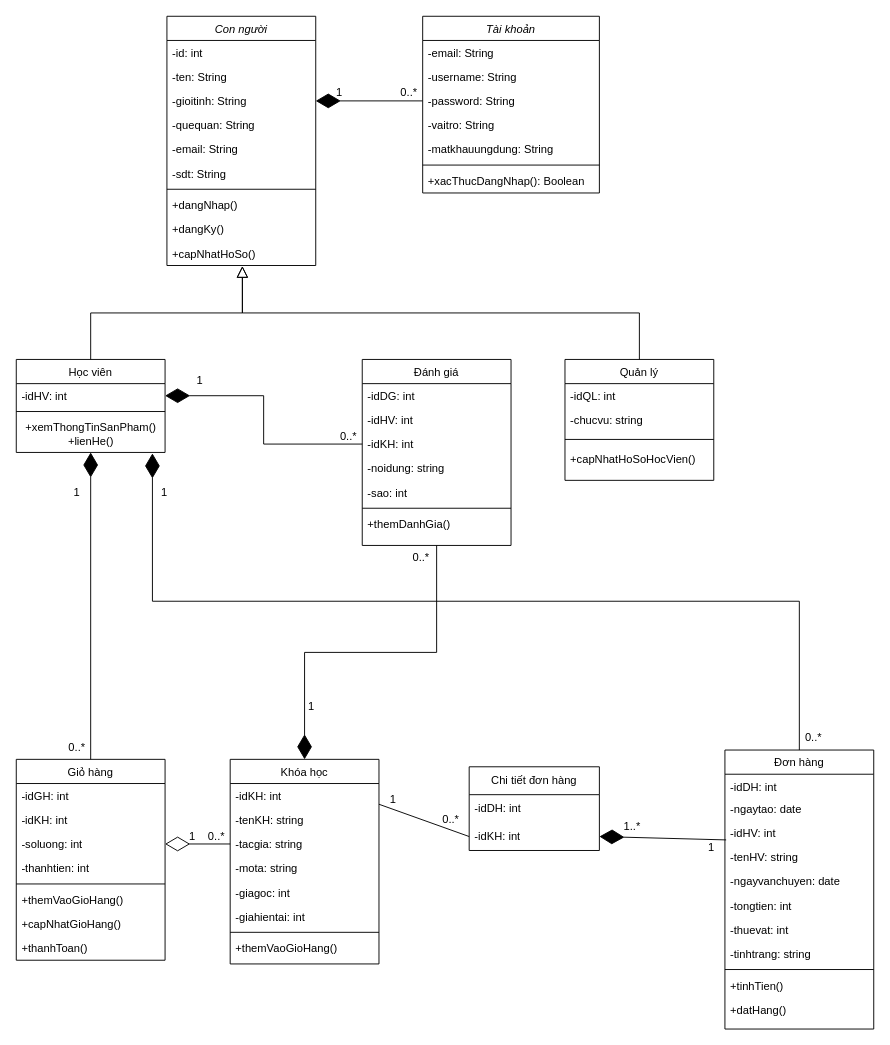
This is SAD Diagrams/class_diagram.drawio from hvt299/do_an_co_so_2, a draw.io file, before an edit. Source tidied: cells renumbered, new cells numbered last; positions are measured from the earlier drawing's top-left corner, leaving out a move shared by most shapes. Both pictures are drawn from the tidied source at 93%, with x=0, y=0 at pixel (16, 16).
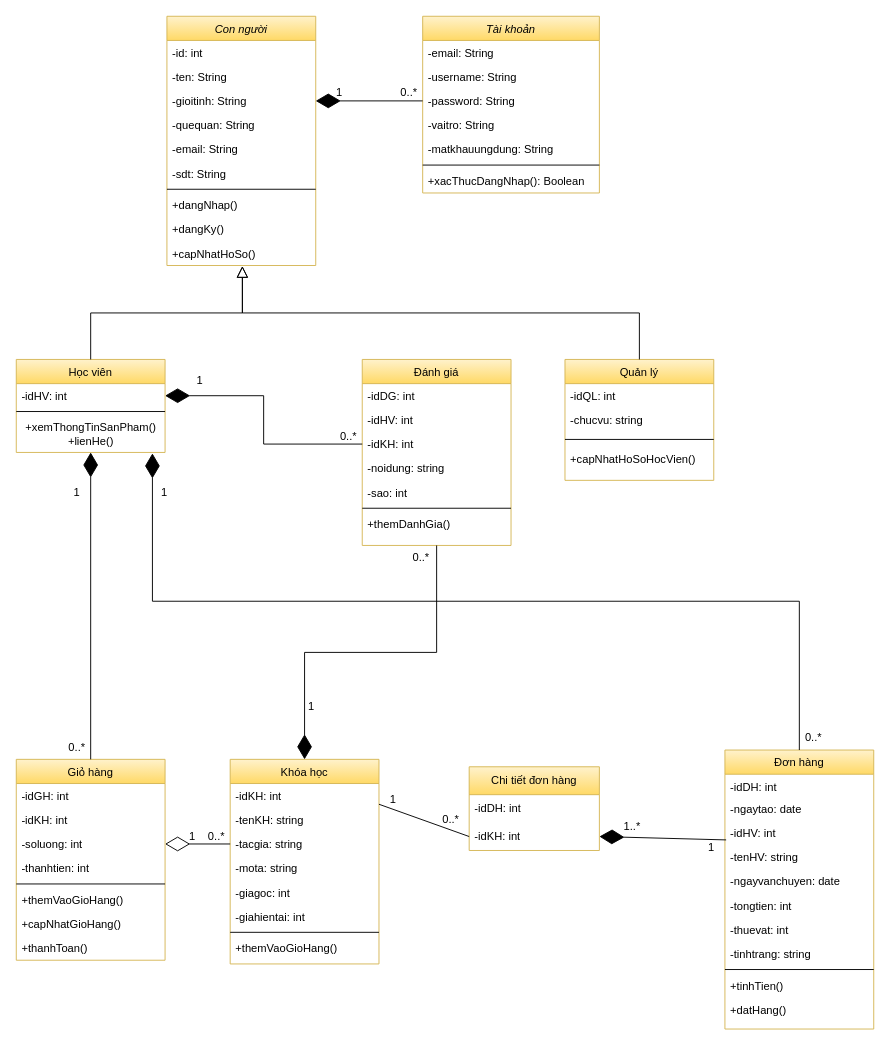
After the change.

Commit message (it also covers changes not shown here):
Sửa: Class, Object, Login/Signup Activity diagram

Change to the diagram source:
```diff
@@
-    <mxCell id="2" value="Tài khoản" style="swimlane;fontStyle=2;align=center;verticalAlign=top;horizontal=1;startSize=26;rounded=0;shadow=0;strokeWidth=1;" parent="1" vertex="1">
+    <mxCell id="2" value="Tài khoản" style="swimlane;fontStyle=2;align=center;verticalAlign=top;horizontal=1;startSize=26;rounded=0;shadow=0;strokeWidth=1;fillColor=#fff2cc;gradientColor=#ffd966;strokeColor=#d6b656;" parent="1" vertex="1">
       <mxGeometry x="437" width="190" height="190" as="geometry" />
     </mxCell>
@@
-    <mxCell id="10" value="Học viên" style="swimlane;fontStyle=0;align=center;verticalAlign=top;horizontal=1;startSize=26;rounded=0;shadow=0;strokeWidth=1;" parent="1" vertex="1">
+    <mxCell id="10" value="Học viên" style="swimlane;fontStyle=0;align=center;verticalAlign=top;horizontal=1;startSize=26;rounded=0;shadow=0;strokeWidth=1;fillColor=#fff2cc;gradientColor=#ffd966;strokeColor=#d6b656;" parent="1" vertex="1">
       <mxGeometry y="369" width="160" height="100" as="geometry" />
     </mxCell>
@@
-    <mxCell id="15" value="Quản lý" style="swimlane;fontStyle=0;align=center;verticalAlign=top;horizontal=1;startSize=26;rounded=0;shadow=0;strokeWidth=1;" parent="1" vertex="1">
+    <mxCell id="15" value="Quản lý" style="swimlane;fontStyle=0;align=center;verticalAlign=top;horizontal=1;startSize=26;rounded=0;shadow=0;strokeWidth=1;fillColor=#fff2cc;gradientColor=#ffd966;strokeColor=#d6b656;" parent="1" vertex="1">
       <mxGeometry x="590" y="369" width="160" height="130" as="geometry" />
     </mxCell>
@@
-    <mxCell id="21" value="Giỏ hàng" style="swimlane;fontStyle=0;align=center;verticalAlign=top;horizontal=1;startSize=26;rounded=0;shadow=0;strokeWidth=1;" parent="1" vertex="1">
+    <mxCell id="21" value="Giỏ hàng" style="swimlane;fontStyle=0;align=center;verticalAlign=top;horizontal=1;startSize=26;rounded=0;shadow=0;strokeWidth=1;fillColor=#fff2cc;gradientColor=#ffd966;strokeColor=#d6b656;" parent="1" vertex="1">
       <mxGeometry y="799" width="160" height="216" as="geometry" />
     </mxCell>
@@
-    <mxCell id="33" value="Đơn hàng" style="swimlane;fontStyle=0;align=center;verticalAlign=top;horizontal=1;startSize=26;rounded=0;shadow=0;strokeWidth=1;" parent="1" vertex="1">
+    <mxCell id="33" value="Đơn hàng" style="swimlane;fontStyle=0;align=center;verticalAlign=top;horizontal=1;startSize=26;rounded=0;shadow=0;strokeWidth=1;fillColor=#fff2cc;gradientColor=#ffd966;strokeColor=#d6b656;" parent="1" vertex="1">
       <mxGeometry x="762" y="789" width="160" height="300" as="geometry" />
     </mxCell>
@@
-    <mxCell id="47" value="Khóa học" style="swimlane;fontStyle=0;align=center;verticalAlign=top;horizontal=1;startSize=26;rounded=0;shadow=0;strokeWidth=1;" parent="1" vertex="1">
+    <mxCell id="47" value="Khóa học" style="swimlane;fontStyle=0;align=center;verticalAlign=top;horizontal=1;startSize=26;rounded=0;shadow=0;strokeWidth=1;fillColor=#fff2cc;gradientColor=#ffd966;strokeColor=#d6b656;" parent="1" vertex="1">
       <mxGeometry x="230" y="799" width="160" height="220" as="geometry" />
     </mxCell>
@@
-    <mxCell id="59" value="Đánh giá" style="swimlane;fontStyle=0;align=center;verticalAlign=top;horizontal=1;startSize=26;rounded=0;shadow=0;strokeWidth=1;" parent="1" vertex="1">
+    <mxCell id="59" value="Đánh giá" style="swimlane;fontStyle=0;align=center;verticalAlign=top;horizontal=1;startSize=26;rounded=0;shadow=0;strokeWidth=1;fillColor=#fff2cc;gradientColor=#ffd966;strokeColor=#d6b656;" parent="1" vertex="1">
       <mxGeometry x="372" y="369" width="160" height="200" as="geometry" />
     </mxCell>
@@
-    <mxCell id="73" value="Con người" style="swimlane;fontStyle=2;align=center;verticalAlign=top;horizontal=1;startSize=26;rounded=0;shadow=0;strokeWidth=1;" parent="1" vertex="1">
+    <mxCell id="73" value="Con người" style="swimlane;fontStyle=2;align=center;verticalAlign=top;horizontal=1;startSize=26;rounded=0;shadow=0;strokeWidth=1;fillColor=#fff2cc;gradientColor=#ffd966;strokeColor=#d6b656;" parent="1" vertex="1">
       <mxGeometry x="162" width="160" height="268" as="geometry" />
     </mxCell>
@@
-    <mxCell id="87" value="Chi tiết đơn hàng" style="swimlane;fontStyle=0;horizontal=1;startSize=30;whiteSpace=wrap;html=1;" parent="1" vertex="1">
+    <mxCell id="87" value="Chi tiết đơn hàng" style="swimlane;fontStyle=0;horizontal=1;startSize=30;whiteSpace=wrap;html=1;fillColor=#fff2cc;gradientColor=#ffd966;strokeColor=#d6b656;" parent="1" vertex="1">
       <mxGeometry x="487" y="807" width="140" height="90" as="geometry" />
     </mxCell>
```
